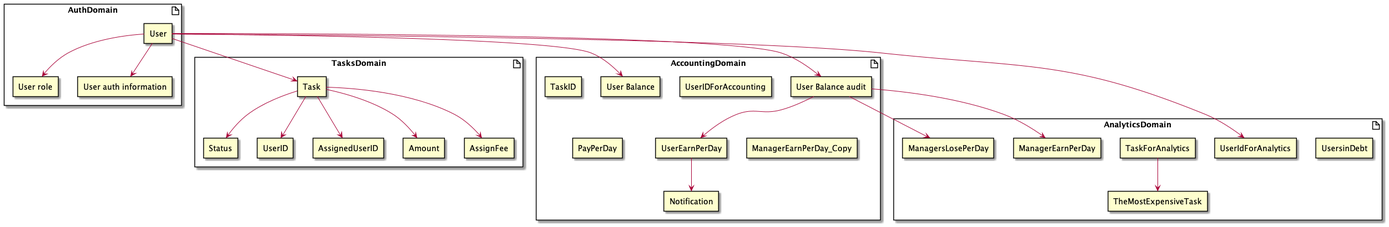
Earlier version of the PlantUML export docs/Domains.png (ximyro/async_architecture_course).
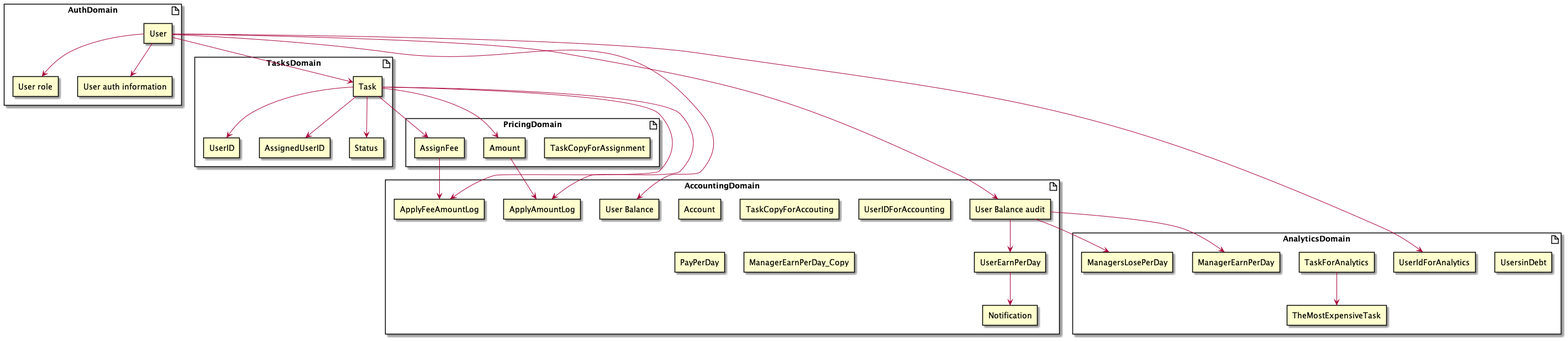
Above is the later version.

Diff of the diagram source:
```diff
@@ -11,12 +11,17 @@
     rectangle Status
     rectangle UserID
     rectangle AssignedUserID
+}
+
+artifact PricingDomain {
+	rectangle TaskCopyForAssignment
     rectangle Amount
     rectangle AssignFee
 }
 
 artifact AccountingDomain {
-    rectangle TaskID
+    rectangle Account
+    rectangle TaskCopyForAccouting
     rectangle UserIDForAccounting
     rectangle UserEarnPerDay
     rectangle "User Balance" as ub
@@ -24,6 +29,8 @@
     rectangle Notification
     rectangle PayPerDay
     rectangle ManagerEarnPerDay_Copy
+    rectangle ApplyFeeAmountLog
+    rectangle ApplyAmountLog
 }
 
 artifact AnalyticsDomain {
@@ -52,4 +59,8 @@
 UserEarnPerDay --> Notification
 User --> UserIdForAnalytics
 TaskForAnalytics --> TheMostExpensiveTask
+Task --> ApplyFeeAmountLog
+Task --> ApplyAmountLog
+AssignFee --> ApplyFeeAmountLog
+Amount --> ApplyAmountLog
 @enduml
```
